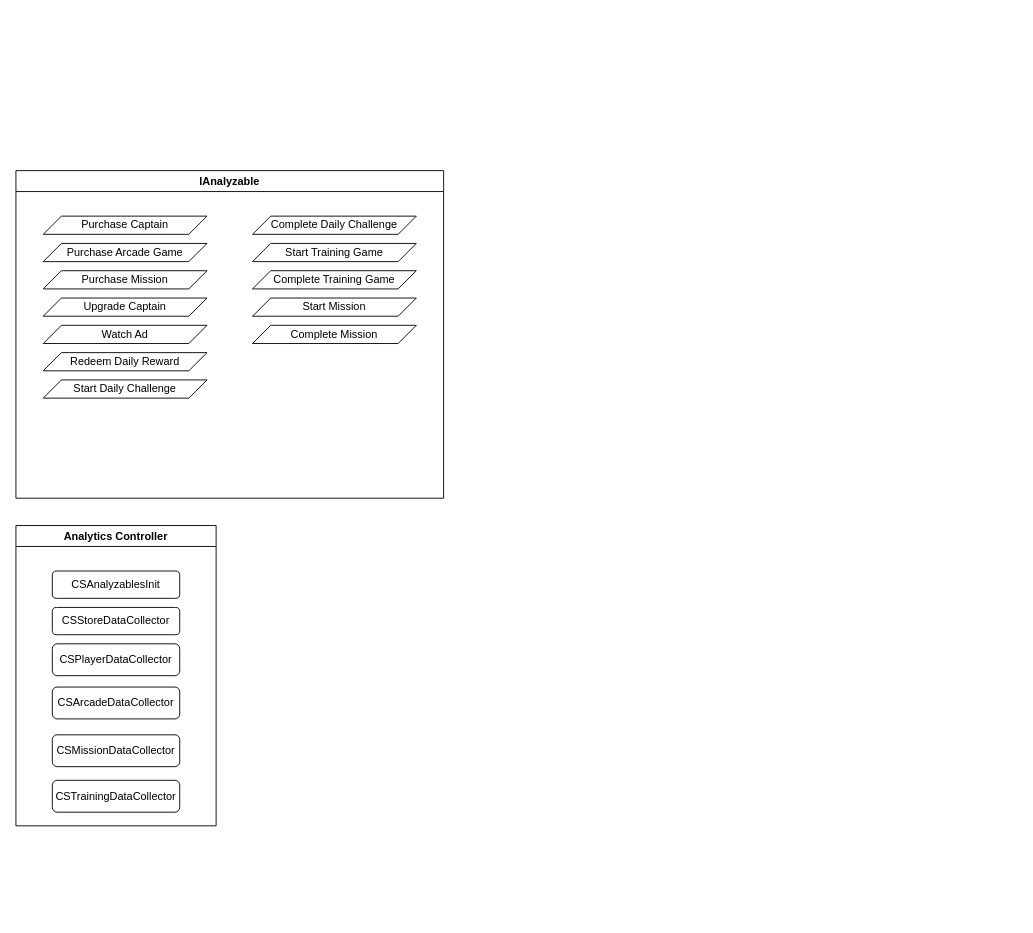
Before: cosmic-shore-instrumentation.drawio in froglet-studio/cosmic-shore-backend-diagrams, a draw.io diagram. Source tidied: cells renumbered, new cells numbered last; positions are measured from the earlier drawing's top-left corner, leaving out a move shared by most shapes. Both pictures are drawn from the tidied source at 91%, with x=0, y=0 at pixel (15, 170).
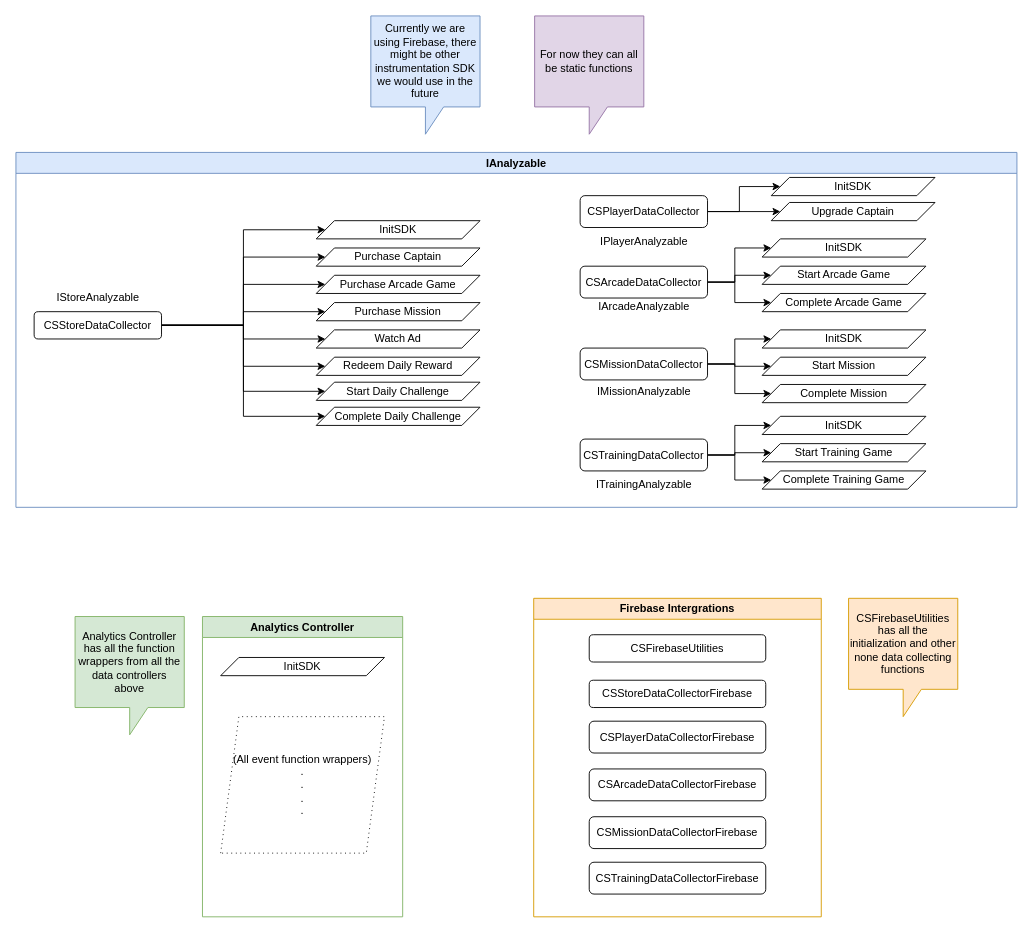
The same page after the edit.

Commit message:
Finish instrumentation diagram

Firebase for now

Change to the diagram source:
```diff
@@
-    <mxCell id="2" value="Analytics Controller" style="swimlane;whiteSpace=wrap;html=1;" parent="1" vertex="1">
-      <mxGeometry y="390" width="220" height="330" as="geometry" />
+    <mxCell id="2" value="Analytics Controller" style="swimlane;whiteSpace=wrap;html=1;fillColor=#d5e8d4;strokeColor=#82b366;" parent="1" vertex="1">
+      <mxGeometry x="205" y="490" width="220" height="330" as="geometry" />
     </mxCell>
+    <mxCell id="22" value="InitSDK" style="shape=parallelogram;perimeter=parallelogramPerimeter;whiteSpace=wrap;html=1;fixedSize=1;" parent="2" vertex="1">
+      <mxGeometry x="20" y="45" width="180" height="20" as="geometry" />
+    </mxCell>
+    <mxCell id="23" value="(All event function wrappers)&lt;div&gt;.&lt;/div&gt;&lt;div&gt;.&lt;/div&gt;&lt;div&gt;.&lt;/div&gt;&lt;div&gt;.&lt;/div&gt;" style="shape=parallelogram;perimeter=parallelogramPerimeter;whiteSpace=wrap;html=1;fixedSize=1;dashed=1;dashPattern=1 4;" parent="2" vertex="1">
+      <mxGeometry x="20" y="110" width="180" height="150" as="geometry" />
+    </mxCell>
+    <mxCell id="9" value="IAnalyzable" style="swimlane;whiteSpace=wrap;html=1;fillColor=#dae8fc;strokeColor=#6c8ebf;" parent="1" vertex="1">
+      <mxGeometry y="-20" width="1100" height="390" as="geometry" />
+    </mxCell>
+    <mxCell id="24" style="edgeStyle=orthogonalEdgeStyle;rounded=0;jettySize=auto;html=1;exitX=1;exitY=0.5;exitDx=0;exitDy=0;entryX=0;entryY=0.5;entryDx=0;entryDy=0;" parent="9" edge="1" source="3" target="11">
+      <mxGeometry relative="1" as="geometry">
+        <Array as="points">
+          <mxPoint x="250" y="190" />
+          <mxPoint x="250" y="115" />
+        </Array>
+      </mxGeometry>
+    </mxCell>
+    <mxCell id="25" style="edgeStyle=orthogonalEdgeStyle;rounded=0;jettySize=auto;html=1;entryX=0;entryY=0.5;entryDx=0;entryDy=0;" parent="9" edge="1" source="3" target="10">
+      <mxGeometry relative="1" as="geometry">
+        <Array as="points">
+          <mxPoint x="250" y="190" />
+          <mxPoint x="250" y="145" />
+        </Array>
+      </mxGeometry>
+    </mxCell>
+    <mxCell id="26" style="edgeStyle=orthogonalEdgeStyle;rounded=0;jettySize=auto;html=1;entryX=0;entryY=0.5;entryDx=0;entryDy=0;" parent="9" edge="1" source="3" target="12">
+      <mxGeometry relative="1" as="geometry">
+        <Array as="points">
+          <mxPoint x="250" y="190" />
+          <mxPoint x="250" y="175" />
+        </Array>
+      </mxGeometry>
+    </mxCell>
+    <mxCell id="27" style="edgeStyle=orthogonalEdgeStyle;rounded=0;jettySize=auto;html=1;entryX=0;entryY=0.5;entryDx=0;entryDy=0;" parent="9" edge="1" source="3" target="14">
+      <mxGeometry relative="1" as="geometry">
+        <Array as="points">
+          <mxPoint x="250" y="190" />
+          <mxPoint x="250" y="205" />
+        </Array>
+      </mxGeometry>
+    </mxCell>
+    <mxCell id="28" style="edgeStyle=orthogonalEdgeStyle;rounded=0;jettySize=auto;html=1;entryX=0;entryY=0.5;entryDx=0;entryDy=0;" parent="9" edge="1" source="3" target="15">
+      <mxGeometry relative="1" as="geometry">
+        <Array as="points">
+          <mxPoint x="250" y="190" />
+          <mxPoint x="250" y="235" />
+        </Array>
+      </mxGeometry>
+    </mxCell>
+    <mxCell id="29" style="edgeStyle=orthogonalEdgeStyle;rounded=0;jettySize=auto;html=1;entryX=0;entryY=0.5;entryDx=0;entryDy=0;" parent="9" edge="1" source="3" target="16">
+      <mxGeometry relative="1" as="geometry">
+        <Array as="points">
+          <mxPoint x="250" y="190" />
+          <mxPoint x="250" y="263" />
+        </Array>
+      </mxGeometry>
+    </mxCell>
+    <mxCell id="30" style="edgeStyle=orthogonalEdgeStyle;rounded=0;jettySize=auto;html=1;entryX=0;entryY=0.5;entryDx=0;entryDy=0;" parent="9" edge="1" source="3" target="17">
+      <mxGeometry relative="1" as="geometry">
+        <Array as="points">
+          <mxPoint x="250" y="190" />
+          <mxPoint x="250" y="290" />
+        </Array>
+      </mxGeometry>
+    </mxCell>
+    <mxCell id="31" style="edgeStyle=orthogonalEdgeStyle;rounded=0;jettySize=auto;html=1;entryX=0;entryY=0.5;entryDx=0;entryDy=0;" parent="9" edge="1" source="3" target="45">
+      <mxGeometry relative="1" as="geometry">
+        <Array as="points">
+          <mxPoint x="250" y="190" />
+          <mxPoint x="250" y="85" />
+        </Array>
+      </mxGeometry>
+    </mxCell>
-    <mxCell id="3" value="CSStoreDataCollector" style="rounded=1;whiteSpace=wrap;html=1;" parent="2" vertex="1">
-      <mxGeometry x="40" y="90" width="140" height="30" as="geometry" />
+    <mxCell id="3" value="CSStoreDataCollector" style="rounded=1;whiteSpace=wrap;html=1;" parent="9" vertex="1">
+      <mxGeometry x="20" y="175" width="140" height="30" as="geometry" />
     </mxCell>
-    <mxCell id="4" value="CSPlayerDataCollector" style="rounded=1;whiteSpace=wrap;html=1;" parent="2" vertex="1">
-      <mxGeometry x="40" y="130" width="140" height="35" as="geometry" />
-    </mxCell>
-    <mxCell id="5" value="CSArcadeDataCollector" style="rounded=1;whiteSpace=wrap;html=1;" parent="2" vertex="1">
-      <mxGeometry x="40" y="177.5" width="140" height="35" as="geometry" />
-    </mxCell>
-    <mxCell id="6" value="CSMissionDataCollector" style="rounded=1;whiteSpace=wrap;html=1;" parent="2" vertex="1">
-      <mxGeometry x="40" y="230" width="140" height="35" as="geometry" />
-    </mxCell>
-    <mxCell id="7" value="CSTrainingDataCollector" style="rounded=1;whiteSpace=wrap;html=1;" parent="2" vertex="1">
-      <mxGeometry x="40" y="280" width="140" height="35" as="geometry" />
-    </mxCell>
-    <mxCell id="8" value="CSAnalyzablesInit" style="rounded=1;whiteSpace=wrap;html=1;" parent="2" vertex="1">
-      <mxGeometry x="40" y="50" width="140" height="30" as="geometry" />
-    </mxCell>
-    <mxCell id="9" value="IAnalyzable" style="swimlane;whiteSpace=wrap;html=1;" parent="1" vertex="1">
-      <mxGeometry width="470" height="360" as="geometry" />
-    </mxCell>
+    <mxCell id="11" value="Purchase Captain" style="shape=parallelogram;perimeter=parallelogramPerimeter;whiteSpace=wrap;html=1;fixedSize=1;" parent="9" vertex="1">
+      <mxGeometry x="330" y="105" width="180" height="20" as="geometry" />
+    </mxCell>
     <mxCell id="10" value="Purchase Arcade Game" style="shape=parallelogram;perimeter=parallelogramPerimeter;whiteSpace=wrap;html=1;fixedSize=1;" parent="9" vertex="1">
-      <mxGeometry x="30" y="80" width="180" height="20" as="geometry" />
+      <mxGeometry x="330" y="135" width="180" height="20" as="geometry" />
     </mxCell>
-    <mxCell id="11" value="Purchase Captain" style="shape=parallelogram;perimeter=parallelogramPerimeter;whiteSpace=wrap;html=1;fixedSize=1;" parent="9" vertex="1">
-      <mxGeometry x="30" y="50" width="180" height="20" as="geometry" />
-    </mxCell>
     <mxCell id="12" value="Purchase Mission" style="shape=parallelogram;perimeter=parallelogramPerimeter;whiteSpace=wrap;html=1;fixedSize=1;" parent="9" vertex="1">
-      <mxGeometry x="30" y="110" width="180" height="20" as="geometry" />
+      <mxGeometry x="330" y="165" width="180" height="20" as="geometry" />
     </mxCell>
-    <mxCell id="13" value="Upgrade Captain" style="shape=parallelogram;perimeter=parallelogramPerimeter;whiteSpace=wrap;html=1;fixedSize=1;" parent="9" vertex="1">
-      <mxGeometry x="30" y="140" width="180" height="20" as="geometry" />
-    </mxCell>
     <mxCell id="14" value="Watch Ad" style="shape=parallelogram;perimeter=parallelogramPerimeter;whiteSpace=wrap;html=1;fixedSize=1;" parent="9" vertex="1">
-      <mxGeometry x="30" y="170" width="180" height="20" as="geometry" />
+      <mxGeometry x="330" y="195" width="180" height="20" as="geometry" />
     </mxCell>
     <mxCell id="15" value="Redeem Daily Reward" style="shape=parallelogram;perimeter=parallelogramPerimeter;whiteSpace=wrap;html=1;fixedSize=1;" parent="9" vertex="1">
-      <mxGeometry x="30" y="200" width="180" height="20" as="geometry" />
+      <mxGeometry x="330" y="225" width="180" height="20" as="geometry" />
     </mxCell>
     <mxCell id="16" value="Start Daily Challenge" style="shape=parallelogram;perimeter=parallelogramPerimeter;whiteSpace=wrap;html=1;fixedSize=1;" parent="9" vertex="1">
-      <mxGeometry x="30" y="230" width="180" height="20" as="geometry" />
+      <mxGeometry x="330" y="252.5" width="180" height="20" as="geometry" />
     </mxCell>
     <mxCell id="17" value="Complete Daily Challenge" style="shape=parallelogram;perimeter=parallelogramPerimeter;whiteSpace=wrap;html=1;fixedSize=1;" parent="9" vertex="1">
-      <mxGeometry x="260" y="50" width="180" height="20" as="geometry" />
+      <mxGeometry x="330" y="280" width="180" height="20" as="geometry" />
     </mxCell>
+    <mxCell id="32" style="edgeStyle=orthogonalEdgeStyle;rounded=0;jettySize=auto;html=1;" parent="9" edge="1" source="4" target="13">
+      <mxGeometry relative="1" as="geometry" />
+    </mxCell>
+    <mxCell id="33" style="edgeStyle=orthogonalEdgeStyle;rounded=0;jettySize=auto;html=1;entryX=0;entryY=0.5;entryDx=0;entryDy=0;" parent="9" edge="1" source="4" target="46">
+      <mxGeometry relative="1" as="geometry" />
+    </mxCell>
+    <mxCell id="4" value="CSPlayerDataCollector" style="rounded=1;whiteSpace=wrap;html=1;" parent="9" vertex="1">
+      <mxGeometry x="620" y="47.5" width="140" height="35" as="geometry" />
+    </mxCell>
+    <mxCell id="13" value="Upgrade Captain" style="shape=parallelogram;perimeter=parallelogramPerimeter;whiteSpace=wrap;html=1;fixedSize=1;" parent="9" vertex="1">
+      <mxGeometry x="830" y="55" width="180" height="20" as="geometry" />
+    </mxCell>
+    <mxCell id="34" style="edgeStyle=orthogonalEdgeStyle;rounded=0;jettySize=auto;html=1;entryX=0;entryY=0.5;entryDx=0;entryDy=0;" parent="9" edge="1" source="5" target="37">
+      <mxGeometry relative="1" as="geometry" />
+    </mxCell>
+    <mxCell id="35" style="edgeStyle=orthogonalEdgeStyle;rounded=0;jettySize=auto;html=1;entryX=0;entryY=0.5;entryDx=0;entryDy=0;" parent="9" edge="1" source="5" target="38">
+      <mxGeometry relative="1" as="geometry" />
+    </mxCell>
+    <mxCell id="36" style="edgeStyle=orthogonalEdgeStyle;rounded=0;jettySize=auto;html=1;entryX=0;entryY=0.5;entryDx=0;entryDy=0;" parent="9" edge="1" source="5" target="49">
+      <mxGeometry relative="1" as="geometry">
+        <Array as="points">
+          <mxPoint x="790" y="143" />
+          <mxPoint x="790" y="105" />
+        </Array>
+      </mxGeometry>
+    </mxCell>
+    <mxCell id="5" value="CSArcadeDataCollector" style="rounded=1;whiteSpace=wrap;html=1;" parent="9" vertex="1">
+      <mxGeometry x="620" y="125" width="140" height="35" as="geometry" />
+    </mxCell>
+    <mxCell id="37" value="Start Arcade Game" style="shape=parallelogram;perimeter=parallelogramPerimeter;whiteSpace=wrap;html=1;fixedSize=1;" parent="9" vertex="1">
+      <mxGeometry x="820" y="125" width="180" height="20" as="geometry" />
+    </mxCell>
     <mxCell id="18" value="Start Training Game" style="shape=parallelogram;perimeter=parallelogramPerimeter;whiteSpace=wrap;html=1;fixedSize=1;" parent="9" vertex="1">
-      <mxGeometry x="260" y="80" width="180" height="20" as="geometry" />
+      <mxGeometry x="820" y="320" width="180" height="20" as="geometry" />
     </mxCell>
     <mxCell id="19" value="Complete Training Game" style="shape=parallelogram;perimeter=parallelogramPerimeter;whiteSpace=wrap;html=1;fixedSize=1;" parent="9" vertex="1">
-      <mxGeometry x="260" y="110" width="180" height="20" as="geometry" />
+      <mxGeometry x="820" y="350" width="180" height="20" as="geometry" />
     </mxCell>
     <mxCell id="20" value="Start Mission" style="shape=parallelogram;perimeter=parallelogramPerimeter;whiteSpace=wrap;html=1;fixedSize=1;" parent="9" vertex="1">
-      <mxGeometry x="260" y="140" width="180" height="20" as="geometry" />
+      <mxGeometry x="820" y="225" width="180" height="20" as="geometry" />
     </mxCell>
     <mxCell id="21" value="Complete Mission" style="shape=parallelogram;perimeter=parallelogramPerimeter;whiteSpace=wrap;html=1;fixedSize=1;" parent="9" vertex="1">
-      <mxGeometry x="260" y="170" width="180" height="20" as="geometry" />
+      <mxGeometry x="820" y="255" width="180" height="20" as="geometry" />
     </mxCell>
+    <mxCell id="38" value="Complete Arcade Game" style="shape=parallelogram;perimeter=parallelogramPerimeter;whiteSpace=wrap;html=1;fixedSize=1;" parent="9" vertex="1">
+      <mxGeometry x="820" y="155" width="180" height="20" as="geometry" />
+    </mxCell>
+    <mxCell id="39" style="edgeStyle=orthogonalEdgeStyle;rounded=0;jettySize=auto;html=1;entryX=0;entryY=0.5;entryDx=0;entryDy=0;" parent="9" edge="1" source="6" target="20">
+      <mxGeometry relative="1" as="geometry" />
+    </mxCell>
+    <mxCell id="40" style="edgeStyle=orthogonalEdgeStyle;rounded=0;jettySize=auto;html=1;entryX=0;entryY=0.5;entryDx=0;entryDy=0;" parent="9" edge="1" source="6" target="21">
+      <mxGeometry relative="1" as="geometry">
+        <Array as="points">
+          <mxPoint x="790" y="233" />
+          <mxPoint x="790" y="265" />
+        </Array>
+      </mxGeometry>
+    </mxCell>
+    <mxCell id="41" style="edgeStyle=orthogonalEdgeStyle;rounded=0;jettySize=auto;html=1;entryX=0;entryY=0.5;entryDx=0;entryDy=0;" parent="9" edge="1" source="6" target="48">
+      <mxGeometry relative="1" as="geometry" />
+    </mxCell>
+    <mxCell id="6" value="CSMissionDataCollector" style="rounded=1;whiteSpace=wrap;html=1;" parent="9" vertex="1">
+      <mxGeometry x="620" y="215" width="140" height="35" as="geometry" />
+    </mxCell>
+    <mxCell id="42" style="edgeStyle=orthogonalEdgeStyle;rounded=0;jettySize=auto;html=1;entryX=0;entryY=0.5;entryDx=0;entryDy=0;" parent="9" edge="1" source="7" target="18">
+      <mxGeometry relative="1" as="geometry" />
+    </mxCell>
+    <mxCell id="43" style="edgeStyle=orthogonalEdgeStyle;rounded=0;jettySize=auto;html=1;entryX=0;entryY=0.5;entryDx=0;entryDy=0;" parent="9" edge="1" source="7" target="19">
+      <mxGeometry relative="1" as="geometry" />
+    </mxCell>
+    <mxCell id="44" style="edgeStyle=orthogonalEdgeStyle;rounded=0;jettySize=auto;html=1;entryX=0;entryY=0.5;entryDx=0;entryDy=0;" parent="9" edge="1" source="7" target="47">
+      <mxGeometry relative="1" as="geometry">
+        <Array as="points">
+          <mxPoint x="790" y="333" />
+          <mxPoint x="790" y="300" />
+        </Array>
+      </mxGeometry>
+    </mxCell>
+    <mxCell id="7" value="CSTrainingDataCollector" style="rounded=1;whiteSpace=wrap;html=1;" parent="9" vertex="1">
+      <mxGeometry x="620" y="315" width="140" height="35" as="geometry" />
+    </mxCell>
+    <mxCell id="45" value="InitSDK" style="shape=parallelogram;perimeter=parallelogramPerimeter;whiteSpace=wrap;html=1;fixedSize=1;" parent="9" vertex="1">
+      <mxGeometry x="330" y="75" width="180" height="20" as="geometry" />
+    </mxCell>
+    <mxCell id="46" value="InitSDK" style="shape=parallelogram;perimeter=parallelogramPerimeter;whiteSpace=wrap;html=1;fixedSize=1;" parent="9" vertex="1">
+      <mxGeometry x="830" y="27.5" width="180" height="20" as="geometry" />
+    </mxCell>
+    <mxCell id="47" value="InitSDK" style="shape=parallelogram;perimeter=parallelogramPerimeter;whiteSpace=wrap;html=1;fixedSize=1;" parent="9" vertex="1">
+      <mxGeometry x="820" y="290" width="180" height="20" as="geometry" />
+    </mxCell>
+    <mxCell id="48" value="InitSDK" style="shape=parallelogram;perimeter=parallelogramPerimeter;whiteSpace=wrap;html=1;fixedSize=1;" parent="9" vertex="1">
+      <mxGeometry x="820" y="195" width="180" height="20" as="geometry" />
+    </mxCell>
+    <mxCell id="49" value="InitSDK" style="shape=parallelogram;perimeter=parallelogramPerimeter;whiteSpace=wrap;html=1;fixedSize=1;" parent="9" vertex="1">
+      <mxGeometry x="820" y="95" width="180" height="20" as="geometry" />
+    </mxCell>
+    <mxCell id="50" value="IStoreAnalyzable" style="text;html=1;align=center;verticalAlign=middle;strokeColor=none;fillColor=none;" parent="9" vertex="1">
+      <mxGeometry x="35" y="145" width="110" height="30" as="geometry" />
+    </mxCell>
+    <mxCell id="51" value="IPlayerAnalyzable" style="text;html=1;align=center;verticalAlign=middle;strokeColor=none;fillColor=none;" parent="9" vertex="1">
+      <mxGeometry x="630" y="82.5" width="120" height="30" as="geometry" />
+    </mxCell>
+    <mxCell id="52" value="IArcadeAnalyzable" style="text;html=1;align=center;verticalAlign=middle;strokeColor=none;fillColor=none;" parent="9" vertex="1">
+      <mxGeometry x="630" y="155" width="120" height="30" as="geometry" />
+    </mxCell>
+    <mxCell id="53" value="IMissionAnalyzable" style="text;html=1;align=center;verticalAlign=middle;strokeColor=none;fillColor=none;" parent="9" vertex="1">
+      <mxGeometry x="625" y="247.5" width="130" height="30" as="geometry" />
+    </mxCell>
+    <mxCell id="54" value="ITrainingAnalyzable" style="text;html=1;align=center;verticalAlign=middle;strokeColor=none;fillColor=none;" parent="9" vertex="1">
+      <mxGeometry x="625" y="350" width="130" height="30" as="geometry" />
+    </mxCell>
+    <mxCell id="55" value="Currently we are using Firebase, there might be other instrumentation SDK we would use in the future" style="shape=callout;whiteSpace=wrap;html=1;perimeter=calloutPerimeter;fillColor=#dae8fc;strokeColor=#6c8ebf;" parent="1" vertex="1">
+      <mxGeometry x="390" y="-170" width="120" height="130" as="geometry" />
+    </mxCell>
+    <mxCell id="56" value="Analytics Controller has all the function wrappers from all the data controllers above" style="shape=callout;whiteSpace=wrap;html=1;perimeter=calloutPerimeter;fillColor=#d5e8d4;strokeColor=#82b366;" parent="1" vertex="1">
+      <mxGeometry x="65" y="490" width="120" height="130" as="geometry" />
+    </mxCell>
+    <mxCell id="57" value="For now they can all be static functions" style="shape=callout;whiteSpace=wrap;html=1;perimeter=calloutPerimeter;fillColor=#e1d5e7;strokeColor=#9673a6;" parent="1" vertex="1">
+      <mxGeometry x="570" y="-170" width="120" height="130" as="geometry" />
+    </mxCell>
+    <mxCell id="58" value="Firebase Intergrations" style="swimlane;whiteSpace=wrap;html=1;fillColor=#ffe6cc;strokeColor=#d79b00;" parent="1" vertex="1">
+      <mxGeometry x="569" y="470" width="316" height="350" as="geometry" />
+    </mxCell>
+    <mxCell id="59" value="CSStoreDataCollectorFirebase" style="rounded=1;whiteSpace=wrap;html=1;" parent="58" vertex="1">
+      <mxGeometry x="61" y="90" width="194" height="30" as="geometry" />
+    </mxCell>
+    <mxCell id="60" value="CSPlayerDataCollectorFirebase" style="rounded=1;whiteSpace=wrap;html=1;" parent="58" vertex="1">
+      <mxGeometry x="61" y="135" width="194" height="35" as="geometry" />
+    </mxCell>
+    <mxCell id="61" value="CSArcadeDataCollectorFirebase" style="rounded=1;whiteSpace=wrap;html=1;" parent="58" vertex="1">
+      <mxGeometry x="61" y="187.5" width="194" height="35" as="geometry" />
+    </mxCell>
+    <mxCell id="62" value="CSMissionDataCollectorFirebase" style="rounded=1;whiteSpace=wrap;html=1;" parent="58" vertex="1">
+      <mxGeometry x="61" y="240" width="194" height="35" as="geometry" />
+    </mxCell>
+    <mxCell id="63" value="CSTrainingDataCollectorFirebase" style="rounded=1;whiteSpace=wrap;html=1;" parent="58" vertex="1">
+      <mxGeometry x="61" y="290" width="194" height="35" as="geometry" />
+    </mxCell>
+    <mxCell id="64" value="CSFirebaseUtilities" style="rounded=1;whiteSpace=wrap;html=1;" parent="58" vertex="1">
+      <mxGeometry x="61" y="40" width="194" height="30" as="geometry" />
+    </mxCell>
+    <mxCell id="65" value="CSFirebaseUtilities has all the initialization and other none data collecting functions" style="shape=callout;whiteSpace=wrap;html=1;perimeter=calloutPerimeter;fillColor=#ffe6cc;strokeColor=#d79b00;" parent="1" vertex="1">
+      <mxGeometry x="915" y="470" width="120" height="130" as="geometry" />
+    </mxCell>
```
